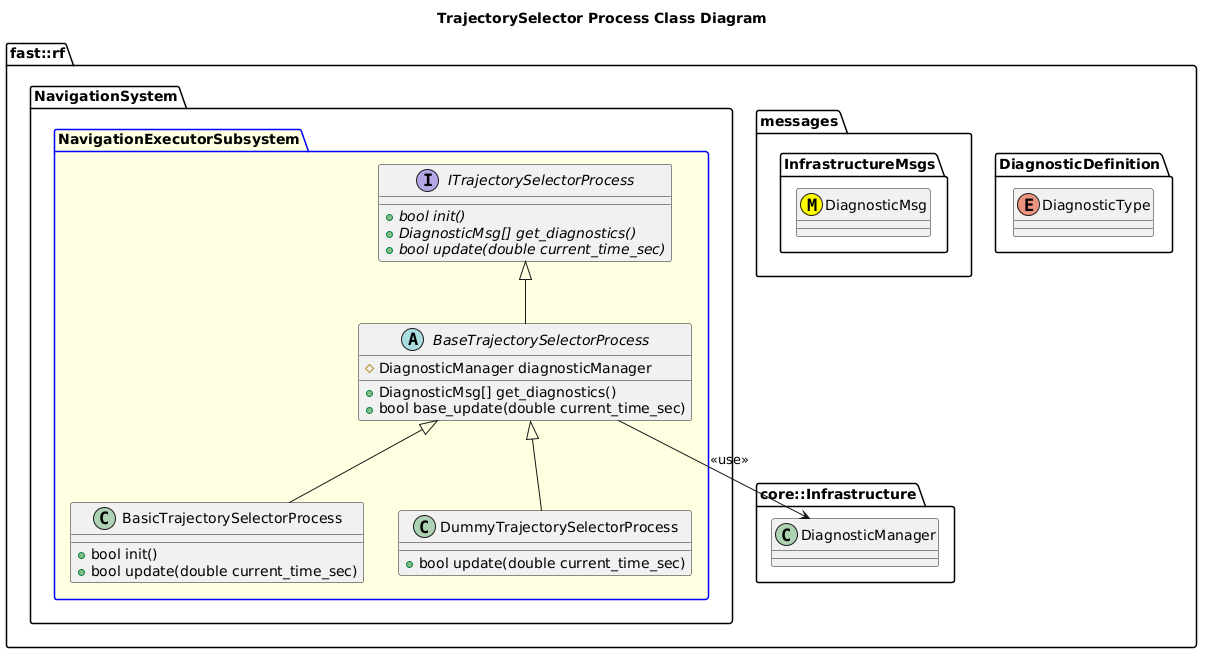
Before: Systems/Navigation/Subsystems/NavigationExecutor/Processes/TrajectorySelector/doc/puml/TrajectorySelectorProcessClassDiagram.png, a diagram exported from PlantUML (fastrobotics/robot_framework).
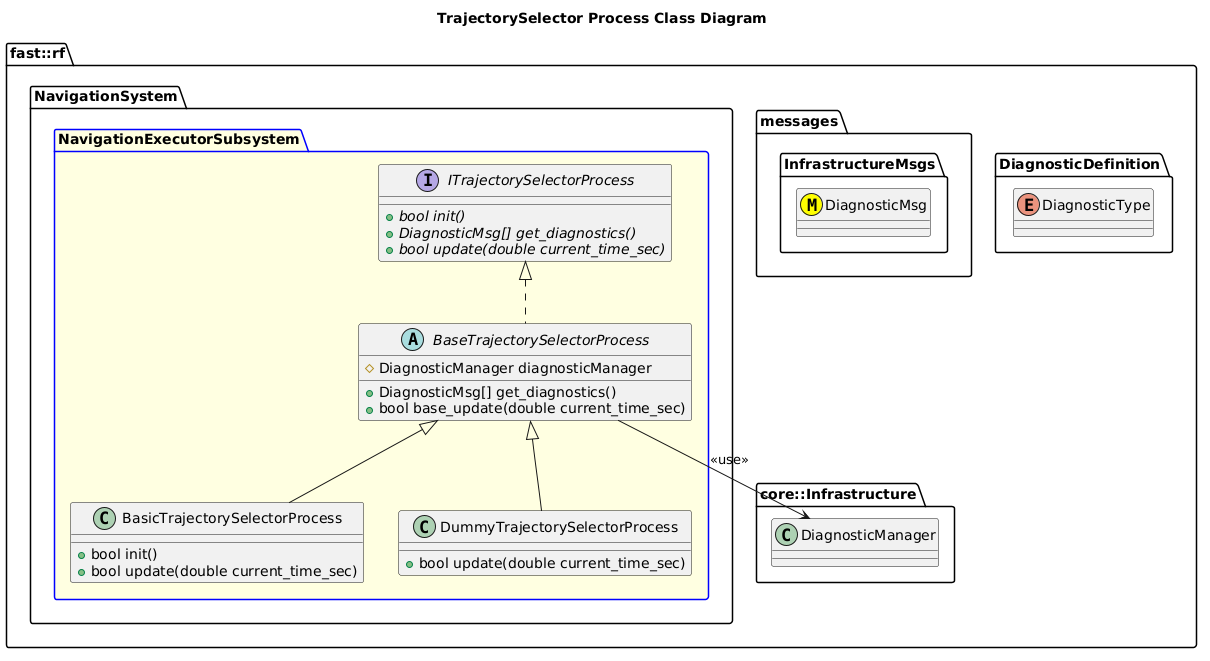
The same file after the commit.

The edit, as a diff of the source:
```diff
@@ -26,7 +26,7 @@
           #DiagnosticManager diagnosticManager
 
         }
-        BaseTrajectorySelectorProcess -up-|> ITrajectorySelectorProcess
+        BaseTrajectorySelectorProcess .up.|> ITrajectorySelectorProcess
         BaseTrajectorySelectorProcess --> DiagnosticManager: <<use>>
         class BasicTrajectorySelectorProcess {
           +bool init()
```
